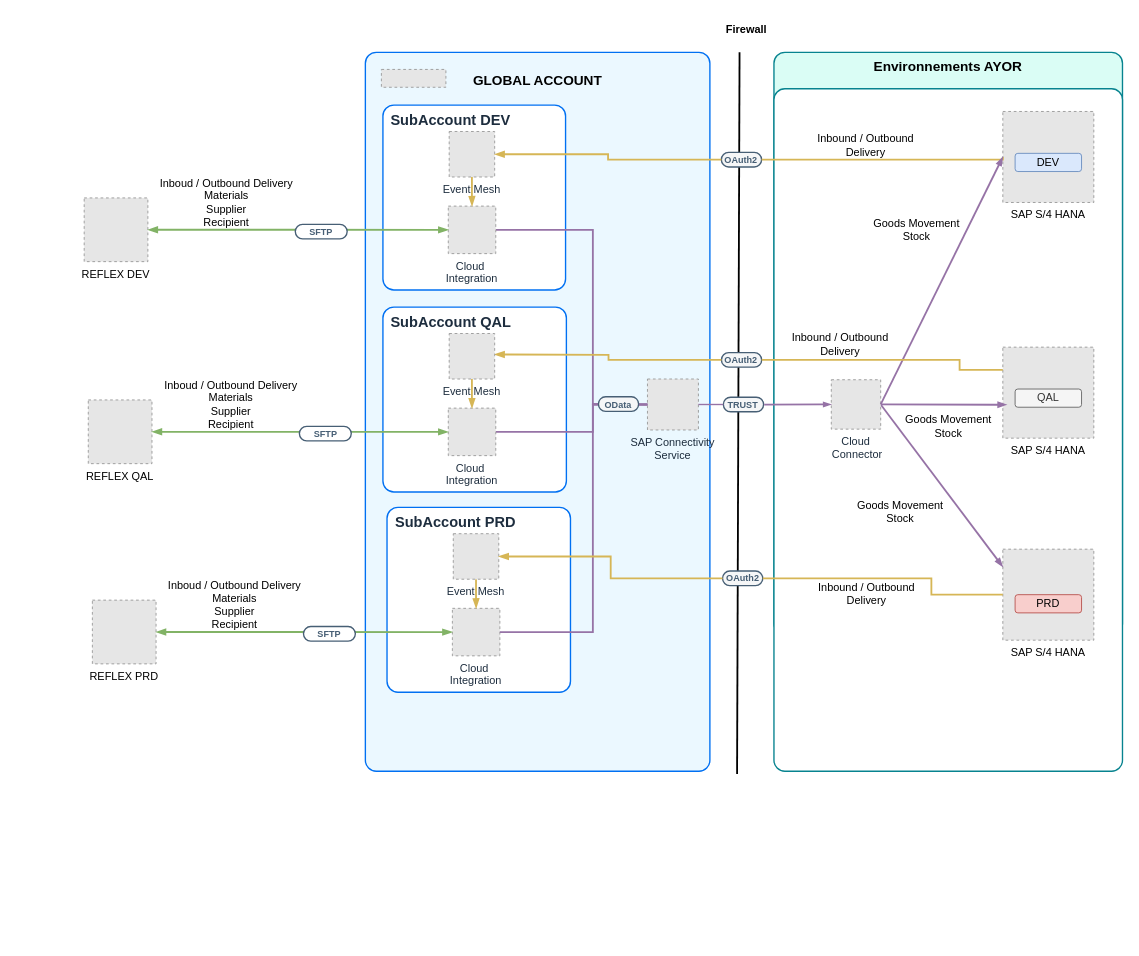
This is TEMPLATE.drawio from MikaPaP/BTP_ArchiIS, a draw.io file, before an edit. Source tidied: cells renumbered, new cells numbered last; positions are measured from the earlier drawing's top-left corner, leaving out a move shared by most shapes. Both pictures are drawn from the tidied source at 91%, with x=0, y=0 at pixel (84, 15). Pictures stored in the file or linked from it are replaced by grey dashed boxes.
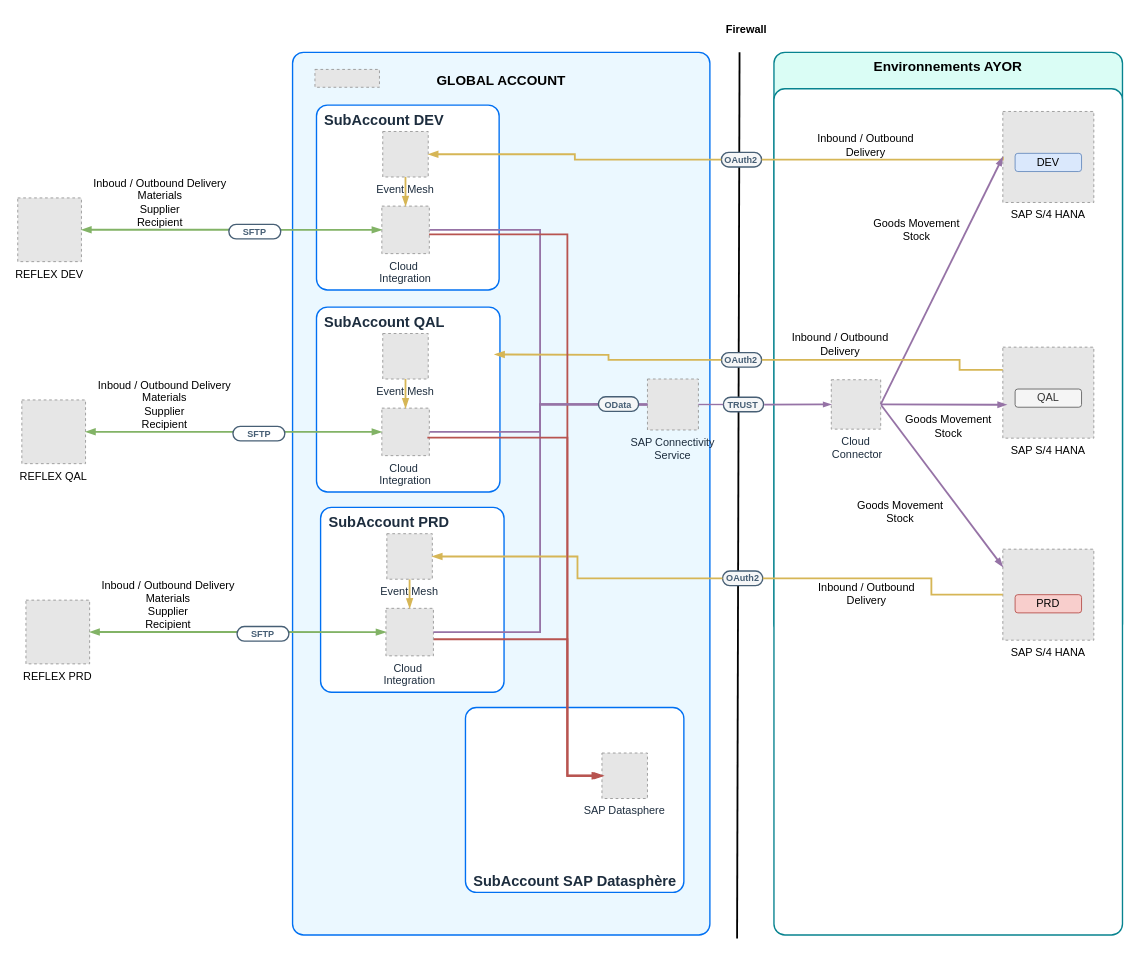
Above is the later version.

Commit message:
Ajout Datasphere

The change refers to these unchanged cells:
```xml
<mxCell id="8" value="SAP Connectivity&#10;Service" style="fillColor=#E6E6E6;strokeColor=#999999;dashed=1;verticalLabelPosition=bottom;verticalAlign=top;fontStyle=0;fontSize=12;fontColor=#1D2D3E;" parent="4" vertex="1">
  <mxGeometry x="310" y="359" width="56" height="56" as="geometry" />
</mxCell>
<mxCell id="62" value="&lt;p style=&quot;line-height: 114%;&quot;&gt;&lt;font color=&quot;#475f75&quot; size=&quot;1&quot;&gt;&lt;b style=&quot;&quot;&gt;OData&lt;/b&gt;&lt;/font&gt;&lt;/p&gt;" style="rounded=1;whiteSpace=wrap;html=1;arcSize=50;strokeColor=#475f75;fillColor=#f5f6f7;fontColor=#266f3a;strokeWidth=1.5;" parent="1" vertex="1">
  <mxGeometry x="565.1" y="418.5" width="44.2" height="16" as="geometry" />
</mxCell>
```

What changed in the source:
```diff
@@
     <mxCell id="3" style="rounded=1;whiteSpace=wrap;html=1;strokeColor=#07838f;fillColor=#FFFFFF;arcSize=24;absoluteArcSize=1;imageWidth=64;imageHeight=64;strokeWidth=1.5;" parent="1" vertex="1">
-      <mxGeometry x="758" y="80" width="383" height="750" as="geometry" />
+      <mxGeometry x="758" y="80" width="383" height="930" as="geometry" />
     </mxCell>
     <mxCell id="4" style="group;arcSize=24;" parent="1" vertex="1">
-      <mxGeometry x="309" y="40" width="690" height="790" as="geometry" />
+      <mxGeometry x="309" y="40" width="690" height="970" as="geometry" />
     </mxCell>
     <mxCell id="5" value="&lt;p style=&quot;line-height: 100%; font-size: 15px;&quot;&gt;&lt;/p&gt;&lt;h1 style=&quot;font-size: 15px;&quot;&gt;&lt;b style=&quot;font-size: 15px;&quot;&gt;GLOBAL ACCOUNT&lt;/b&gt;&lt;/h1&gt;&lt;p style=&quot;font-size: 15px;&quot;&gt;&lt;/p&gt;" style="rounded=1;whiteSpace=wrap;html=1;strokeColor=#0070F2;fillColor=#EBF8FF;arcSize=24;absoluteArcSize=1;imageWidth=64;imageHeight=64;strokeWidth=1.5;verticalAlign=top;fontSize=15;" parent="4" vertex="1">
-      <mxGeometry width="378.6" height="790" as="geometry" />
+      <mxGeometry x="-80" width="458.6" height="970" as="geometry" />
     </mxCell>
     <mxCell id="6" value="&lt;font face=&quot;arial&quot; style=&quot;color: rgb(29, 45, 62); text-wrap-mode: nowrap; font-size: 16px;&quot;&gt;&lt;b&gt;SubAccount DEV&lt;/b&gt;&lt;/font&gt;" style="rounded=1;whiteSpace=wrap;html=1;strokeColor=#0070F2;strokeWidth=1.5;arcSize=24;fillColor=#FFFFFF;perimeterSpacing=0;absoluteArcSize=1;verticalAlign=top;align=left;spacingTop=0;spacingLeft=7;" parent="4" vertex="1">
-      <mxGeometry x="19.3" y="58" width="200.7" height="203.2" as="geometry" />
+      <mxGeometry x="-53.7" y="58" width="200.7" height="203.2" as="geometry" />
     </mxCell>
     <mxCell id="7" style="fillColor=#E6E6E6;strokeColor=#999999;dashed=1;verticalLabelPosition=bottom;labelBackgroundColor=default;verticalAlign=top;" parent="4" vertex="1">
-      <mxGeometry x="17.6" y="18.8" width="70.9" height="19.6" as="geometry" />
+      <mxGeometry x="-55.4" y="18.8" width="70.9" height="19.6" as="geometry" />
     </mxCell>
@@
     <mxCell id="12" style="edgeStyle=orthogonalEdgeStyle;rounded=0;jettySize=auto;html=1;entryX=0;entryY=0.5;entryDx=0;entryDy=0;entryPerimeter=0;strokeColor=#9673a6;strokeWidth=2;endArrow=none;endFill=0;fillColor=#e1d5e7;exitX=1;exitY=0.5;exitDx=0;exitDy=0;exitPerimeter=0;" parent="4" edge="1" source="13" target="8">
       <mxGeometry relative="1" as="geometry">
         <Array as="points">
-          <mxPoint x="250" y="195" />
-          <mxPoint x="250" y="387" />
+          <mxPoint x="192" y="195" />
+          <mxPoint x="192" y="387" />
         </Array>
       </mxGeometry>
     </mxCell>
     <mxCell id="13" value="Cloud &#10;Integration" style="fillColor=#E6E6E6;strokeColor=#999999;dashed=1;verticalLabelPosition=bottom;verticalAlign=top;fontStyle=0;fontSize=12;fontColor=#1D2D3E;" parent="4" vertex="1">
-      <mxGeometry x="91.1" y="169" width="52.2" height="52.2" as="geometry" />
+      <mxGeometry x="18.1" y="169" width="52.2" height="52.2" as="geometry" />
     </mxCell>
@@
     <mxCell id="15" value="Event Mesh" style="fillColor=#E6E6E6;strokeColor=#999999;dashed=1;verticalLabelPosition=bottom;verticalAlign=top;fontStyle=0;fontSize=12;fontColor=#1D2D3E;" parent="4" vertex="1">
-      <mxGeometry x="92.1" y="87" width="50" height="50" as="geometry" />
+      <mxGeometry x="19.1" y="87" width="50" height="50" as="geometry" />
     </mxCell>
@@
     <mxCell id="18" value="&lt;font face=&quot;arial&quot; style=&quot;color: rgb(29, 45, 62); text-wrap-mode: nowrap; font-size: 16px;&quot;&gt;&lt;b&gt;SubAccount QAL&lt;/b&gt;&lt;/font&gt;" style="rounded=1;whiteSpace=wrap;html=1;strokeColor=#0070F2;strokeWidth=1.5;arcSize=24;fillColor=#FFFFFF;perimeterSpacing=0;absoluteArcSize=1;verticalAlign=top;align=left;spacingTop=0;spacingLeft=7;" parent="4" vertex="1">
-      <mxGeometry x="19.3" y="280" width="201.6" height="203.2" as="geometry" />
+      <mxGeometry x="-53.7" y="280" width="201.6" height="203.2" as="geometry" />
     </mxCell>
@@
+    <mxCell id="67" value="&lt;font face=&quot;arial&quot; style=&quot;color: rgb(29, 45, 62); text-wrap-mode: nowrap; font-size: 16px;&quot;&gt;&lt;b&gt;SubAccount SAP Datasphère&lt;/b&gt;&lt;/font&gt;" style="rounded=1;whiteSpace=wrap;html=1;strokeColor=#0070F2;strokeWidth=1.5;arcSize=24;fillColor=#FFFFFF;perimeterSpacing=0;absoluteArcSize=1;verticalAlign=bottom;align=left;spacingTop=0;spacingLeft=7;" parent="4" vertex="1">
+      <mxGeometry x="110" y="720" width="240" height="203.2" as="geometry" />
+    </mxCell>
+    <mxCell id="68" value="SAP Datasphere" style="fillColor=#E6E6E6;strokeColor=#999999;dashed=1;verticalLabelPosition=bottom;verticalAlign=top;fontStyle=0;fontColor=#1D2D3E;fontSize=12;" parent="4" vertex="1">
+      <mxGeometry x="260" y="770" width="50" height="50" as="geometry" />
+    </mxCell>
+    <mxCell id="69" style="edgeStyle=orthogonalEdgeStyle;rounded=0;jettySize=auto;html=1;entryX=0;entryY=0.5;entryDx=0;entryDy=0;entryPerimeter=0;strokeWidth=2;fillColor=#f8cecc;strokeColor=#b85450;endArrow=blockThin;endFill=1;" parent="4" edge="1" target="68">
+      <mxGeometry relative="1" as="geometry">
+        <mxPoint x="70" y="200" as="sourcePoint" />
+        <Array as="points">
+          <mxPoint x="222" y="200" />
+          <mxPoint x="222" y="795" />
+        </Array>
+      </mxGeometry>
+    </mxCell>
     <mxCell id="25" value="&lt;font face=&quot;arial&quot; style=&quot;color: rgb(29, 45, 62); text-wrap-mode: nowrap; font-size: 16px;&quot;&gt;&lt;b&gt;SubAccount PRD&lt;/b&gt;&lt;/font&gt;" style="rounded=1;whiteSpace=wrap;html=1;strokeColor=#0070F2;strokeWidth=1.5;arcSize=24;fillColor=#FFFFFF;perimeterSpacing=0;absoluteArcSize=1;verticalAlign=top;align=left;spacingTop=0;spacingLeft=7;" parent="1" vertex="1">
-      <mxGeometry x="332.8" y="540" width="201.6" height="203.2" as="geometry" />
+      <mxGeometry x="259.8" y="540" width="201.6" height="203.2" as="geometry" />
     </mxCell>
     <mxCell id="26" style="edgeStyle=orthogonalEdgeStyle;rounded=0;jettySize=auto;html=1;exitX=1;exitY=0.5;exitDx=0;exitDy=0;exitPerimeter=0;entryX=0;entryY=0.5;entryDx=0;entryDy=0;entryPerimeter=0;strokeColor=#9673a6;strokeWidth=2;endArrow=none;endFill=0;fillColor=#e1d5e7;" parent="1" edge="1" source="46" target="8">
       <mxGeometry relative="1" as="geometry">
         <Array as="points">
-          <mxPoint x="559" y="457" />
-          <mxPoint x="559" y="427" />
+          <mxPoint x="501" y="457" />
+          <mxPoint x="501" y="427" />
         </Array>
       </mxGeometry>
     </mxCell>
     <mxCell id="27" value="REFLEX DEV" style="fillColor=#E6E6E6;strokeColor=#999999;dashed=1;verticalLabelPosition=bottom;verticalAlign=top;" parent="1" vertex="1">
-      <mxGeometry y="200" width="70" height="70" as="geometry" />
+      <mxGeometry x="-73" y="200" width="70" height="70" as="geometry" />
     </mxCell>
@@
     <mxCell id="38" value="&lt;font color=&quot;#475f75&quot; size=&quot;1&quot;&gt;&lt;b style=&quot;&quot;&gt;SFTP&lt;/b&gt;&lt;/font&gt;" style="rounded=1;whiteSpace=wrap;html=1;arcSize=50;strokeColor=#475f75;fillColor=default;strokeWidth=1.5;" parent="1" vertex="1">
-      <mxGeometry x="232" y="229" width="57" height="16" as="geometry" />
+      <mxGeometry x="159" y="229" width="57" height="16" as="geometry" />
     </mxCell>
@@
     <mxCell id="44" value="Inboud / Outbound Delivery&lt;div&gt;Materials&lt;/div&gt;&lt;div&gt;Supplier&lt;/div&gt;&lt;div&gt;Recipient&lt;/div&gt;" style="text;html=1;align=center;verticalAlign=middle;whiteSpace=wrap;rounded=0;" parent="1" vertex="1">
-      <mxGeometry x="79" y="180" width="155" height="49" as="geometry" />
+      <mxGeometry x="6" y="180" width="155" height="49" as="geometry" />
     </mxCell>
@@
     <mxCell id="46" value="Cloud &#10;Integration" style="fillColor=#E6E6E6;strokeColor=#999999;dashed=1;verticalLabelPosition=bottom;verticalAlign=top;fontStyle=0;fontSize=12;fontColor=#1D2D3E;" parent="1" vertex="1">
-      <mxGeometry x="400.1" y="431" width="52.2" height="52.2" as="geometry" />
+      <mxGeometry x="327.1" y="431" width="52.2" height="52.2" as="geometry" />
     </mxCell>
@@
     <mxCell id="48" value="Event Mesh" style="fillColor=#E6E6E6;strokeColor=#999999;dashed=1;verticalLabelPosition=bottom;verticalAlign=top;fontStyle=0;fontSize=12;fontColor=#1D2D3E;" parent="1" vertex="1">
-      <mxGeometry x="401.1" y="349" width="50" height="50" as="geometry" />
+      <mxGeometry x="328.1" y="349" width="50" height="50" as="geometry" />
     </mxCell>
     <mxCell id="49" value="REFLEX QAL" style="fillColor=#E6E6E6;strokeColor=#999999;dashed=1;verticalLabelPosition=bottom;verticalAlign=top;" parent="1" vertex="1">
-      <mxGeometry x="4.5" y="422" width="70" height="70" as="geometry" />
+      <mxGeometry x="-68.5" y="422" width="70" height="70" as="geometry" />
     </mxCell>
@@
     <mxCell id="51" value="&lt;font color=&quot;#475f75&quot; size=&quot;1&quot;&gt;&lt;b style=&quot;&quot;&gt;SFTP&lt;/b&gt;&lt;/font&gt;" style="rounded=1;whiteSpace=wrap;html=1;arcSize=50;strokeColor=#475f75;fillColor=default;strokeWidth=1.5;" parent="1" vertex="1">
-      <mxGeometry x="236.5" y="451" width="57" height="16" as="geometry" />
+      <mxGeometry x="163.5" y="451" width="57" height="16" as="geometry" />
     </mxCell>
     <mxCell id="52" value="Inboud / Outbound Delivery&lt;div&gt;Materials&lt;/div&gt;&lt;div&gt;Supplier&lt;/div&gt;&lt;div&gt;Recipient&lt;/div&gt;" style="text;html=1;align=center;verticalAlign=middle;whiteSpace=wrap;rounded=0;" parent="1" vertex="1">
-      <mxGeometry x="83.5" y="402" width="155" height="49" as="geometry" />
+      <mxGeometry x="10.5" y="402" width="155" height="49" as="geometry" />
     </mxCell>
+    <mxCell id="70" style="edgeStyle=orthogonalEdgeStyle;rounded=0;jettySize=auto;html=1;entryX=0;entryY=0.5;entryDx=0;entryDy=0;entryPerimeter=0;exitX=0.972;exitY=0.651;exitDx=0;exitDy=0;exitPerimeter=0;fillColor=#f8cecc;strokeColor=#b85450;strokeWidth=2;endArrow=blockThin;endFill=1;" parent="1" edge="1" source="53" target="68">
+      <mxGeometry relative="1" as="geometry">
+        <Array as="points">
+          <mxPoint x="531" y="685" />
+          <mxPoint x="531" y="835" />
+        </Array>
+      </mxGeometry>
+    </mxCell>
     <mxCell id="53" value="Cloud &#10;Integration" style="fillColor=#E6E6E6;strokeColor=#999999;dashed=1;verticalLabelPosition=bottom;verticalAlign=top;fontStyle=0;fontSize=12;fontColor=#1D2D3E;" parent="1" vertex="1">
-      <mxGeometry x="404.6" y="651" width="52.2" height="52.2" as="geometry" />
+      <mxGeometry x="331.6" y="651" width="52.2" height="52.2" as="geometry" />
     </mxCell>
@@
     <mxCell id="55" value="Event Mesh" style="fillColor=#E6E6E6;strokeColor=#999999;dashed=1;verticalLabelPosition=bottom;verticalAlign=top;fontStyle=0;fontSize=12;fontColor=#1D2D3E;" parent="1" vertex="1">
-      <mxGeometry x="405.6" y="569" width="50" height="50" as="geometry" />
+      <mxGeometry x="332.6" y="569" width="50" height="50" as="geometry" />
     </mxCell>
     <mxCell id="56" value="REFLEX PRD" style="fillColor=#E6E6E6;strokeColor=#999999;dashed=1;verticalLabelPosition=bottom;verticalAlign=top;" parent="1" vertex="1">
-      <mxGeometry x="9" y="642" width="70" height="70" as="geometry" />
+      <mxGeometry x="-64" y="642" width="70" height="70" as="geometry" />
     </mxCell>
@@
     <mxCell id="58" value="&lt;font color=&quot;#475f75&quot; size=&quot;1&quot;&gt;&lt;b style=&quot;&quot;&gt;SFTP&lt;/b&gt;&lt;/font&gt;" style="rounded=1;whiteSpace=wrap;html=1;arcSize=50;strokeColor=#475f75;fillColor=default;strokeWidth=1.5;" parent="1" vertex="1">
-      <mxGeometry x="241" y="671" width="57" height="16" as="geometry" />
+      <mxGeometry x="168" y="671" width="57" height="16" as="geometry" />
     </mxCell>
     <mxCell id="59" value="Inboud / Outbound Delivery&lt;div&gt;Materials&lt;/div&gt;&lt;div&gt;Supplier&lt;/div&gt;&lt;div&gt;Recipient&lt;/div&gt;" style="text;html=1;align=center;verticalAlign=middle;whiteSpace=wrap;rounded=0;" parent="1" vertex="1">
-      <mxGeometry x="88" y="622" width="155" height="49" as="geometry" />
+      <mxGeometry x="15" y="622" width="155" height="49" as="geometry" />
     </mxCell>
@@
     <mxCell id="61" style="edgeStyle=orthogonalEdgeStyle;rounded=0;jettySize=auto;html=1;exitX=1;exitY=0.5;exitDx=0;exitDy=0;exitPerimeter=0;entryX=0;entryY=0.5;entryDx=0;entryDy=0;entryPerimeter=0;strokeColor=#9673a6;strokeWidth=2;endArrow=none;endFill=0;fillColor=#e1d5e7;" parent="1" edge="1" source="53" target="62">
       <mxGeometry relative="1" as="geometry">
         <Array as="points">
-          <mxPoint x="559" y="677" />
+          <mxPoint x="501" y="677" />
+          <mxPoint x="501" y="427" />
         </Array>
       </mxGeometry>
     </mxCell>
@@
+    <mxCell id="71" style="edgeStyle=orthogonalEdgeStyle;rounded=0;jettySize=auto;html=1;exitX=0.958;exitY=0.622;exitDx=0;exitDy=0;exitPerimeter=0;strokeWidth=2;fillColor=#f8cecc;strokeColor=#b85450;endArrow=blockThin;endFill=1;" parent="1" edge="1" source="46">
+      <mxGeometry relative="1" as="geometry">
+        <mxPoint x="571" y="835" as="targetPoint" />
+        <Array as="points">
+          <mxPoint x="531" y="464" />
+          <mxPoint x="531" y="835" />
+        </Array>
+      </mxGeometry>
+    </mxCell>
```
